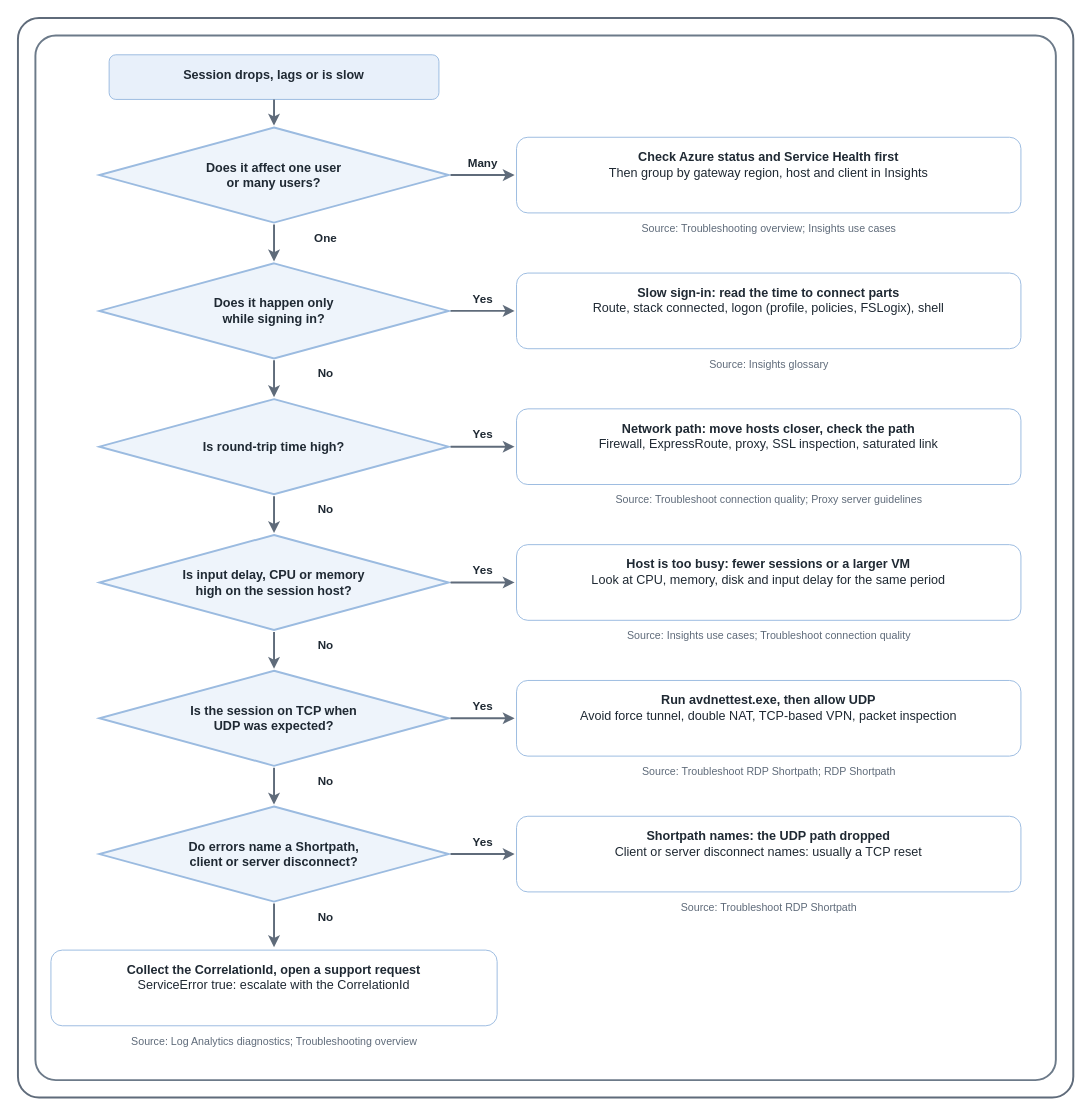
This is src/img/avd/troubleshoot-disconnects-and-slow-sessions.drawio from AddySidd27/cloud-ai-notes, a draw.io file, before an edit. Source tidied: cells renumbered, new cells numbered last; positions are measured from the earlier drawing's top-left corner, leaving out a move shared by most shapes. Both pictures are drawn from the tidied source at 97%, with x=0, y=0 at pixel (17, 17).
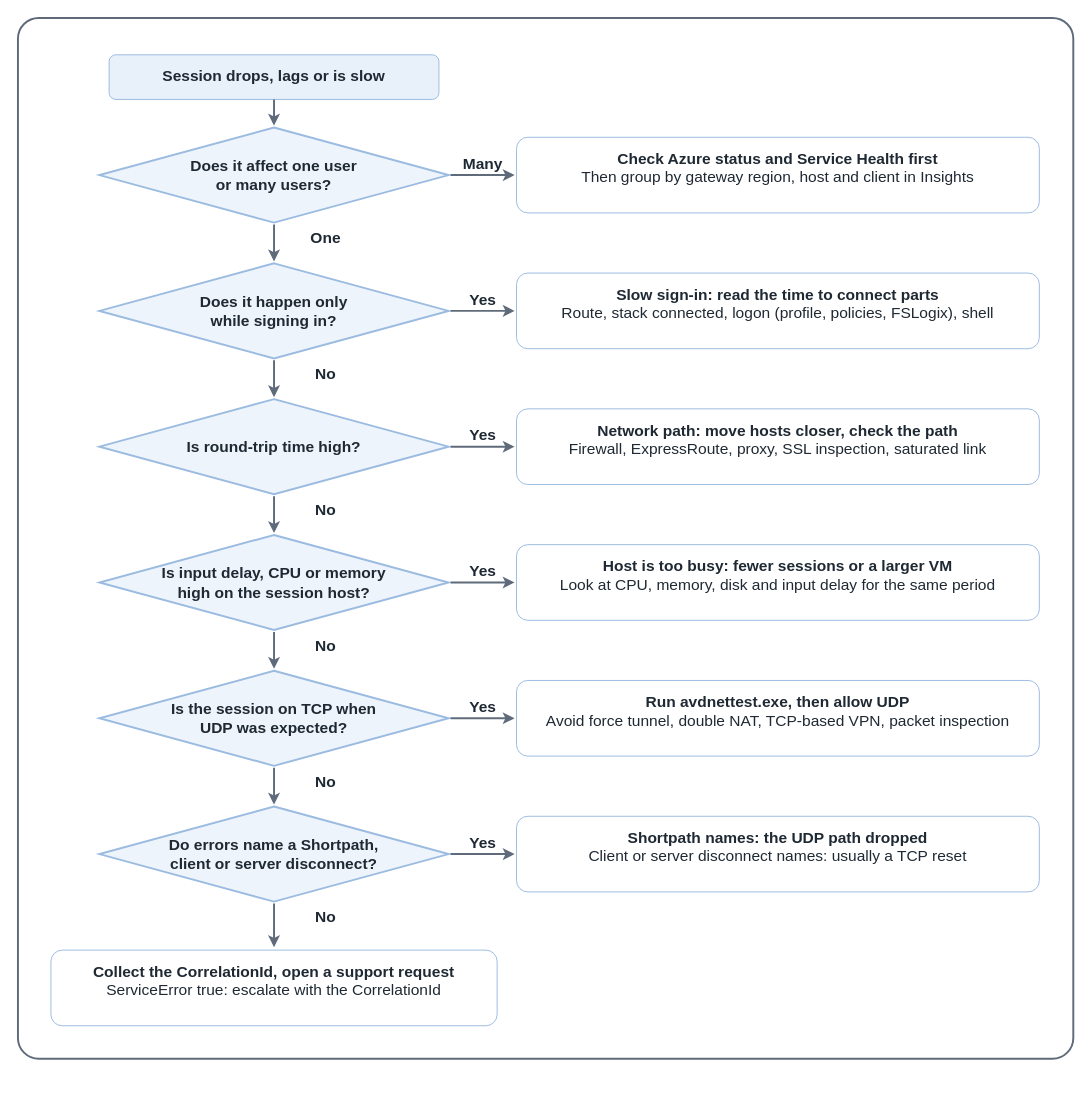
Above is the later version.

Diff of the diagram source:
```diff
@@
     <mxCell id="2" style="rounded=1;arcSize=2;html=1;fillColor=#ffffff;strokeColor=#5f6b7a;strokeWidth=2;" parent="1" vertex="1">
-      <mxGeometry width="1088" height="1113" as="geometry" />
+      <mxGeometry width="1088" height="1073" as="geometry" />
     </mxCell>
-    <mxCell id="3" style="rounded=1;arcSize=2;html=1;fillColor=#ffffff;strokeColor=#6c7a89;strokeWidth=2;" parent="1" vertex="1">
-      <mxGeometry x="18" y="18" width="1052" height="1077" as="geometry" />
-    </mxCell>
-    <mxCell id="4" value="&lt;b&gt;Session drops, lags or is slow&lt;/b&gt;&lt;br&gt;" style="rounded=1;whiteSpace=wrap;html=1;fillColor=#e8f0fa;strokeColor=#9bbbe0;fontSize=13;fontColor=#1f2933;verticalAlign=top;spacingTop=6;" parent="1" vertex="1">
+    <mxCell id="4" value="&lt;b&gt;Session drops, lags or is slow&lt;/b&gt;&lt;br&gt;" style="rounded=1;whiteSpace=wrap;html=1;fillColor=#e8f0fa;strokeColor=#9bbbe0;fontSize=16;fontColor=#1f2933;verticalAlign=top;spacingTop=6;" parent="1" vertex="1">
       <mxGeometry x="94" y="38" width="340" height="46" as="geometry" />
     </mxCell>
@@
-    <mxCell id="6" value="Does it affect one user&lt;br&gt;or many users?" style="rhombus;whiteSpace=wrap;html=1;fillColor=#eef4fb;strokeColor=#9bbbe0;strokeWidth=2;fontSize=13;fontStyle=1;fontColor=#1f2933;" parent="1" vertex="1">
+    <mxCell id="6" value="Does it affect one user&lt;br&gt;or many users?" style="rhombus;whiteSpace=wrap;html=1;fillColor=#eef4fb;strokeColor=#9bbbe0;strokeWidth=2;fontSize=16;fontStyle=1;fontColor=#1f2933;" parent="1" vertex="1">
       <mxGeometry x="84" y="113" width="360" height="98" as="geometry" />
     </mxCell>
@@
-    <mxCell id="8" value="&lt;b&gt;Many&lt;/b&gt;" style="text;html=1;align=center;verticalAlign=middle;fontSize=12;fontColor=#1f2933;" parent="1" vertex="1">
+    <mxCell id="8" value="&lt;b&gt;Many&lt;/b&gt;" style="text;html=1;align=center;verticalAlign=middle;fontSize=16;fontColor=#1f2933;" parent="1" vertex="1">
       <mxGeometry x="448" y="138" width="62" height="24" as="geometry" />
     </mxCell>
-    <mxCell id="9" value="&lt;b&gt;Check Azure status and Service Health first&lt;/b&gt;&lt;br&gt;Then group by gateway region, host and client in Insights" style="rounded=1;whiteSpace=wrap;html=1;fillColor=#ffffff;strokeColor=#9bbbe0;fontSize=13;fontColor=#1f2933;verticalAlign=top;spacingTop=6;" parent="1" vertex="1">
-      <mxGeometry x="514" y="123" width="520" height="78" as="geometry" />
+    <mxCell id="9" value="&lt;b&gt;Check Azure status and Service Health first&lt;/b&gt;&lt;br&gt;Then group by gateway region, host and client in Insights" style="rounded=1;whiteSpace=wrap;html=1;fillColor=#ffffff;strokeColor=#9bbbe0;fontSize=16;fontColor=#1f2933;verticalAlign=top;spacingTop=6;" parent="1" vertex="1">
+      <mxGeometry x="514" y="123" width="539" height="78" as="geometry" />
     </mxCell>
-    <mxCell id="10" value="Source: Troubleshooting overview; Insights use cases" style="text;html=1;align=center;verticalAlign=middle;fontSize=11;fontColor=#5f6b7a;" parent="1" vertex="1">
-      <mxGeometry x="514" y="205" width="520" height="24" as="geometry" />
-    </mxCell>
@@
-    <mxCell id="12" value="&lt;b&gt;One&lt;/b&gt;" style="text;html=1;align=center;verticalAlign=middle;fontSize=12;fontColor=#1f2933;" parent="1" vertex="1">
+    <mxCell id="12" value="&lt;b&gt;One&lt;/b&gt;" style="text;html=1;align=center;verticalAlign=middle;fontSize=16;fontColor=#1f2933;" parent="1" vertex="1">
       <mxGeometry x="272" y="215" width="90" height="24" as="geometry" />
     </mxCell>
-    <mxCell id="13" value="Does it happen only&lt;br&gt;while signing in?" style="rhombus;whiteSpace=wrap;html=1;fillColor=#eef4fb;strokeColor=#9bbbe0;strokeWidth=2;fontSize=13;fontStyle=1;fontColor=#1f2933;" parent="1" vertex="1">
+    <mxCell id="13" value="Does it happen only&lt;br&gt;while signing in?" style="rhombus;whiteSpace=wrap;html=1;fillColor=#eef4fb;strokeColor=#9bbbe0;strokeWidth=2;fontSize=16;fontStyle=1;fontColor=#1f2933;" parent="1" vertex="1">
       <mxGeometry x="84" y="253" width="360" height="98" as="geometry" />
     </mxCell>
@@
-    <mxCell id="15" value="&lt;b&gt;Yes&lt;/b&gt;" style="text;html=1;align=center;verticalAlign=middle;fontSize=12;fontColor=#1f2933;" parent="1" vertex="1">
+    <mxCell id="15" value="&lt;b&gt;Yes&lt;/b&gt;" style="text;html=1;align=center;verticalAlign=middle;fontSize=16;fontColor=#1f2933;" parent="1" vertex="1">
       <mxGeometry x="448" y="278" width="62" height="24" as="geometry" />
     </mxCell>
-    <mxCell id="16" value="&lt;b&gt;Slow sign-in: read the time to connect parts&lt;/b&gt;&lt;br&gt;Route, stack connected, logon (profile, policies, FSLogix), shell" style="rounded=1;whiteSpace=wrap;html=1;fillColor=#ffffff;strokeColor=#9bbbe0;fontSize=13;fontColor=#1f2933;verticalAlign=top;spacingTop=6;" parent="1" vertex="1">
-      <mxGeometry x="514" y="263" width="520" height="78" as="geometry" />
+    <mxCell id="16" value="&lt;b&gt;Slow sign-in: read the time to connect parts&lt;/b&gt;&lt;br&gt;Route, stack connected, logon (profile, policies, FSLogix), shell" style="rounded=1;whiteSpace=wrap;html=1;fillColor=#ffffff;strokeColor=#9bbbe0;fontSize=16;fontColor=#1f2933;verticalAlign=top;spacingTop=6;" parent="1" vertex="1">
+      <mxGeometry x="514" y="263" width="539" height="78" as="geometry" />
     </mxCell>
-    <mxCell id="17" value="Source: Insights glossary" style="text;html=1;align=center;verticalAlign=middle;fontSize=11;fontColor=#5f6b7a;" parent="1" vertex="1">
-      <mxGeometry x="514" y="345" width="520" height="24" as="geometry" />
-    </mxCell>
@@
-    <mxCell id="19" value="&lt;b&gt;No&lt;/b&gt;" style="text;html=1;align=center;verticalAlign=middle;fontSize=12;fontColor=#1f2933;" parent="1" vertex="1">
+    <mxCell id="19" value="&lt;b&gt;No&lt;/b&gt;" style="text;html=1;align=center;verticalAlign=middle;fontSize=16;fontColor=#1f2933;" parent="1" vertex="1">
       <mxGeometry x="272" y="355" width="90" height="24" as="geometry" />
     </mxCell>
-    <mxCell id="20" value="Is round-trip time high?" style="rhombus;whiteSpace=wrap;html=1;fillColor=#eef4fb;strokeColor=#9bbbe0;strokeWidth=2;fontSize=13;fontStyle=1;fontColor=#1f2933;" parent="1" vertex="1">
+    <mxCell id="20" value="Is round-trip time high?" style="rhombus;whiteSpace=wrap;html=1;fillColor=#eef4fb;strokeColor=#9bbbe0;strokeWidth=2;fontSize=16;fontStyle=1;fontColor=#1f2933;" parent="1" vertex="1">
       <mxGeometry x="84" y="393" width="360" height="98" as="geometry" />
     </mxCell>
@@
-    <mxCell id="22" value="&lt;b&gt;Yes&lt;/b&gt;" style="text;html=1;align=center;verticalAlign=middle;fontSize=12;fontColor=#1f2933;" parent="1" vertex="1">
+    <mxCell id="22" value="&lt;b&gt;Yes&lt;/b&gt;" style="text;html=1;align=center;verticalAlign=middle;fontSize=16;fontColor=#1f2933;" parent="1" vertex="1">
       <mxGeometry x="448" y="418" width="62" height="24" as="geometry" />
     </mxCell>
-    <mxCell id="23" value="&lt;b&gt;Network path: move hosts closer, check the path&lt;/b&gt;&lt;br&gt;Firewall, ExpressRoute, proxy, SSL inspection, saturated link" style="rounded=1;whiteSpace=wrap;html=1;fillColor=#ffffff;strokeColor=#9bbbe0;fontSize=13;fontColor=#1f2933;verticalAlign=top;spacingTop=6;" parent="1" vertex="1">
-      <mxGeometry x="514" y="403" width="520" height="78" as="geometry" />
+    <mxCell id="23" value="&lt;b&gt;Network path: move hosts closer, check the path&lt;/b&gt;&lt;br&gt;Firewall, ExpressRoute, proxy, SSL inspection, saturated link" style="rounded=1;whiteSpace=wrap;html=1;fillColor=#ffffff;strokeColor=#9bbbe0;fontSize=16;fontColor=#1f2933;verticalAlign=top;spacingTop=6;" parent="1" vertex="1">
+      <mxGeometry x="514" y="403" width="539" height="78" as="geometry" />
     </mxCell>
-    <mxCell id="24" value="Source: Troubleshoot connection quality; Proxy server guidelines" style="text;html=1;align=center;verticalAlign=middle;fontSize=11;fontColor=#5f6b7a;" parent="1" vertex="1">
-      <mxGeometry x="514" y="485" width="520" height="24" as="geometry" />
-    </mxCell>
@@
-    <mxCell id="26" value="&lt;b&gt;No&lt;/b&gt;" style="text;html=1;align=center;verticalAlign=middle;fontSize=12;fontColor=#1f2933;" parent="1" vertex="1">
+    <mxCell id="26" value="&lt;b&gt;No&lt;/b&gt;" style="text;html=1;align=center;verticalAlign=middle;fontSize=16;fontColor=#1f2933;" parent="1" vertex="1">
       <mxGeometry x="272" y="495" width="90" height="24" as="geometry" />
     </mxCell>
-    <mxCell id="27" value="Is input delay, CPU or memory&lt;br&gt;high on the session host?" style="rhombus;whiteSpace=wrap;html=1;fillColor=#eef4fb;strokeColor=#9bbbe0;strokeWidth=2;fontSize=13;fontStyle=1;fontColor=#1f2933;" parent="1" vertex="1">
+    <mxCell id="27" value="Is input delay, CPU or memory&lt;br&gt;high on the session host?" style="rhombus;whiteSpace=wrap;html=1;fillColor=#eef4fb;strokeColor=#9bbbe0;strokeWidth=2;fontSize=16;fontStyle=1;fontColor=#1f2933;" parent="1" vertex="1">
       <mxGeometry x="84" y="533" width="360" height="98" as="geometry" />
     </mxCell>
@@
-    <mxCell id="29" value="&lt;b&gt;Yes&lt;/b&gt;" style="text;html=1;align=center;verticalAlign=middle;fontSize=12;fontColor=#1f2933;" parent="1" vertex="1">
+    <mxCell id="29" value="&lt;b&gt;Yes&lt;/b&gt;" style="text;html=1;align=center;verticalAlign=middle;fontSize=16;fontColor=#1f2933;" parent="1" vertex="1">
       <mxGeometry x="448" y="558" width="62" height="24" as="geometry" />
     </mxCell>
-    <mxCell id="30" value="&lt;b&gt;Host is too busy: fewer sessions or a larger VM&lt;/b&gt;&lt;br&gt;Look at CPU, memory, disk and input delay for the same period" style="rounded=1;whiteSpace=wrap;html=1;fillColor=#ffffff;strokeColor=#9bbbe0;fontSize=13;fontColor=#1f2933;verticalAlign=top;spacingTop=6;" parent="1" vertex="1">
-      <mxGeometry x="514" y="543" width="520" height="78" as="geometry" />
+    <mxCell id="30" value="&lt;b&gt;Host is too busy: fewer sessions or a larger VM&lt;/b&gt;&lt;br&gt;Look at CPU, memory, disk and input delay for the same period" style="rounded=1;whiteSpace=wrap;html=1;fillColor=#ffffff;strokeColor=#9bbbe0;fontSize=16;fontColor=#1f2933;verticalAlign=top;spacingTop=6;" parent="1" vertex="1">
+      <mxGeometry x="514" y="543" width="539" height="78" as="geometry" />
     </mxCell>
-    <mxCell id="31" value="Source: Insights use cases; Troubleshoot connection quality" style="text;html=1;align=center;verticalAlign=middle;fontSize=11;fontColor=#5f6b7a;" parent="1" vertex="1">
-      <mxGeometry x="514" y="625" width="520" height="24" as="geometry" />
-    </mxCell>
@@
-    <mxCell id="33" value="&lt;b&gt;No&lt;/b&gt;" style="text;html=1;align=center;verticalAlign=middle;fontSize=12;fontColor=#1f2933;" parent="1" vertex="1">
+    <mxCell id="33" value="&lt;b&gt;No&lt;/b&gt;" style="text;html=1;align=center;verticalAlign=middle;fontSize=16;fontColor=#1f2933;" parent="1" vertex="1">
       <mxGeometry x="272" y="635" width="90" height="24" as="geometry" />
     </mxCell>
-    <mxCell id="34" value="Is the session on TCP when&lt;br&gt;UDP was expected?" style="rhombus;whiteSpace=wrap;html=1;fillColor=#eef4fb;strokeColor=#9bbbe0;strokeWidth=2;fontSize=13;fontStyle=1;fontColor=#1f2933;" parent="1" vertex="1">
+    <mxCell id="34" value="Is the session on TCP when&lt;br&gt;UDP was expected?" style="rhombus;whiteSpace=wrap;html=1;fillColor=#eef4fb;strokeColor=#9bbbe0;strokeWidth=2;fontSize=16;fontStyle=1;fontColor=#1f2933;" parent="1" vertex="1">
       <mxGeometry x="84" y="673" width="360" height="98" as="geometry" />
     </mxCell>
@@
-    <mxCell id="36" value="&lt;b&gt;Yes&lt;/b&gt;" style="text;html=1;align=center;verticalAlign=middle;fontSize=12;fontColor=#1f2933;" parent="1" vertex="1">
+    <mxCell id="36" value="&lt;b&gt;Yes&lt;/b&gt;" style="text;html=1;align=center;verticalAlign=middle;fontSize=16;fontColor=#1f2933;" parent="1" vertex="1">
       <mxGeometry x="448" y="698" width="62" height="24" as="geometry" />
     </mxCell>
-    <mxCell id="37" value="&lt;b&gt;Run avdnettest.exe, then allow UDP&lt;/b&gt;&lt;br&gt;Avoid force tunnel, double NAT, TCP-based VPN, packet inspection" style="rounded=1;whiteSpace=wrap;html=1;fillColor=#ffffff;strokeColor=#9bbbe0;fontSize=13;fontColor=#1f2933;verticalAlign=top;spacingTop=6;" parent="1" vertex="1">
-      <mxGeometry x="514" y="683" width="520" height="78" as="geometry" />
+    <mxCell id="37" value="&lt;b&gt;Run avdnettest.exe, then allow UDP&lt;/b&gt;&lt;br&gt;Avoid force tunnel, double NAT, TCP-based VPN, packet inspection" style="rounded=1;whiteSpace=wrap;html=1;fillColor=#ffffff;strokeColor=#9bbbe0;fontSize=16;fontColor=#1f2933;verticalAlign=top;spacingTop=6;" parent="1" vertex="1">
+      <mxGeometry x="514" y="683" width="539" height="78" as="geometry" />
     </mxCell>
-    <mxCell id="38" value="Source: Troubleshoot RDP Shortpath; RDP Shortpath" style="text;html=1;align=center;verticalAlign=middle;fontSize=11;fontColor=#5f6b7a;" parent="1" vertex="1">
-      <mxGeometry x="514" y="765" width="520" height="24" as="geometry" />
-    </mxCell>
@@
-    <mxCell id="40" value="&lt;b&gt;No&lt;/b&gt;" style="text;html=1;align=center;verticalAlign=middle;fontSize=12;fontColor=#1f2933;" parent="1" vertex="1">
+    <mxCell id="40" value="&lt;b&gt;No&lt;/b&gt;" style="text;html=1;align=center;verticalAlign=middle;fontSize=16;fontColor=#1f2933;" parent="1" vertex="1">
       <mxGeometry x="272" y="775" width="90" height="24" as="geometry" />
     </mxCell>
-    <mxCell id="41" value="Do errors name a Shortpath,&lt;br&gt;client or server disconnect?" style="rhombus;whiteSpace=wrap;html=1;fillColor=#eef4fb;strokeColor=#9bbbe0;strokeWidth=2;fontSize=13;fontStyle=1;fontColor=#1f2933;" parent="1" vertex="1">
+    <mxCell id="41" value="Do errors name a Shortpath,&lt;br&gt;client or server disconnect?" style="rhombus;whiteSpace=wrap;html=1;fillColor=#eef4fb;strokeColor=#9bbbe0;strokeWidth=2;fontSize=16;fontStyle=1;fontColor=#1f2933;" parent="1" vertex="1">
       <mxGeometry x="84" y="813" width="360" height="98" as="geometry" />
     </mxCell>
@@
-    <mxCell id="43" value="&lt;b&gt;Yes&lt;/b&gt;" style="text;html=1;align=center;verticalAlign=middle;fontSize=12;fontColor=#1f2933;" parent="1" vertex="1">
+    <mxCell id="43" value="&lt;b&gt;Yes&lt;/b&gt;" style="text;html=1;align=center;verticalAlign=middle;fontSize=16;fontColor=#1f2933;" parent="1" vertex="1">
       <mxGeometry x="448" y="838" width="62" height="24" as="geometry" />
     </mxCell>
-    <mxCell id="44" value="&lt;b&gt;Shortpath names: the UDP path dropped&lt;/b&gt;&lt;br&gt;Client or server disconnect names: usually a TCP reset" style="rounded=1;whiteSpace=wrap;html=1;fillColor=#ffffff;strokeColor=#9bbbe0;fontSize=13;fontColor=#1f2933;verticalAlign=top;spacingTop=6;" parent="1" vertex="1">
-      <mxGeometry x="514" y="823" width="520" height="78" as="geometry" />
+    <mxCell id="44" value="&lt;b&gt;Shortpath names: the UDP path dropped&lt;/b&gt;&lt;br&gt;Client or server disconnect names: usually a TCP reset" style="rounded=1;whiteSpace=wrap;html=1;fillColor=#ffffff;strokeColor=#9bbbe0;fontSize=16;fontColor=#1f2933;verticalAlign=top;spacingTop=6;" parent="1" vertex="1">
+      <mxGeometry x="514" y="823" width="539" height="78" as="geometry" />
     </mxCell>
-    <mxCell id="45" value="Source: Troubleshoot RDP Shortpath" style="text;html=1;align=center;verticalAlign=middle;fontSize=11;fontColor=#5f6b7a;" parent="1" vertex="1">
-      <mxGeometry x="514" y="905" width="520" height="24" as="geometry" />
-    </mxCell>
@@
-    <mxCell id="47" value="&lt;b&gt;No&lt;/b&gt;" style="text;html=1;align=center;verticalAlign=middle;fontSize=12;fontColor=#1f2933;" parent="1" vertex="1">
+    <mxCell id="47" value="&lt;b&gt;No&lt;/b&gt;" style="text;html=1;align=center;verticalAlign=middle;fontSize=16;fontColor=#1f2933;" parent="1" vertex="1">
       <mxGeometry x="272" y="915" width="90" height="24" as="geometry" />
     </mxCell>
-    <mxCell id="48" value="&lt;b&gt;Collect the CorrelationId, open a support request&lt;/b&gt;&lt;br&gt;ServiceError true: escalate with the CorrelationId" style="rounded=1;whiteSpace=wrap;html=1;fillColor=#ffffff;strokeColor=#9bbbe0;fontSize=13;fontColor=#1f2933;verticalAlign=top;spacingTop=6;" parent="1" vertex="1">
+    <mxCell id="48" value="&lt;b&gt;Collect the CorrelationId, open a support request&lt;/b&gt;&lt;br&gt;ServiceError true: escalate with the CorrelationId" style="rounded=1;whiteSpace=wrap;html=1;fillColor=#ffffff;strokeColor=#9bbbe0;fontSize=16;fontColor=#1f2933;verticalAlign=top;spacingTop=6;" parent="1" vertex="1">
       <mxGeometry x="34" y="961" width="460" height="78" as="geometry" />
     </mxCell>
-    <mxCell id="49" value="Source: Log Analytics diagnostics; Troubleshooting overview" style="text;html=1;align=center;verticalAlign=middle;fontSize=11;fontColor=#5f6b7a;" parent="1" vertex="1">
-      <mxGeometry x="34" y="1043" width="460" height="24" as="geometry" />
-    </mxCell>
```
